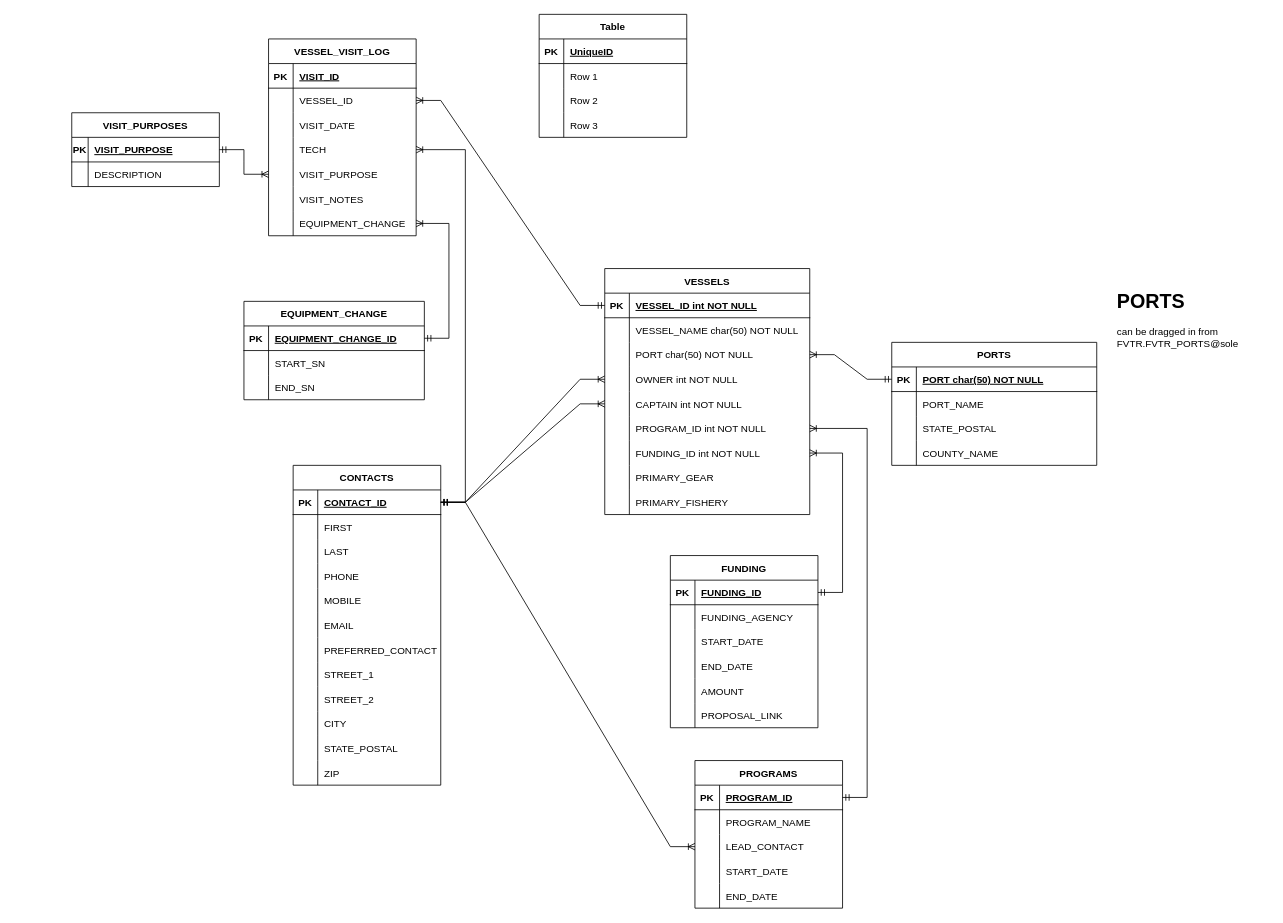
This is eMOLT.drawio from GMaynard1/emolt_project_management, a draw.io file, before an edit. Source tidied: cells renumbered, new cells numbered last; positions are measured from the earlier drawing's top-left corner, leaving out a move shared by most shapes. Both pictures are drawn from the tidied source at 82%, with x=0, y=0 at pixel (71, 14).
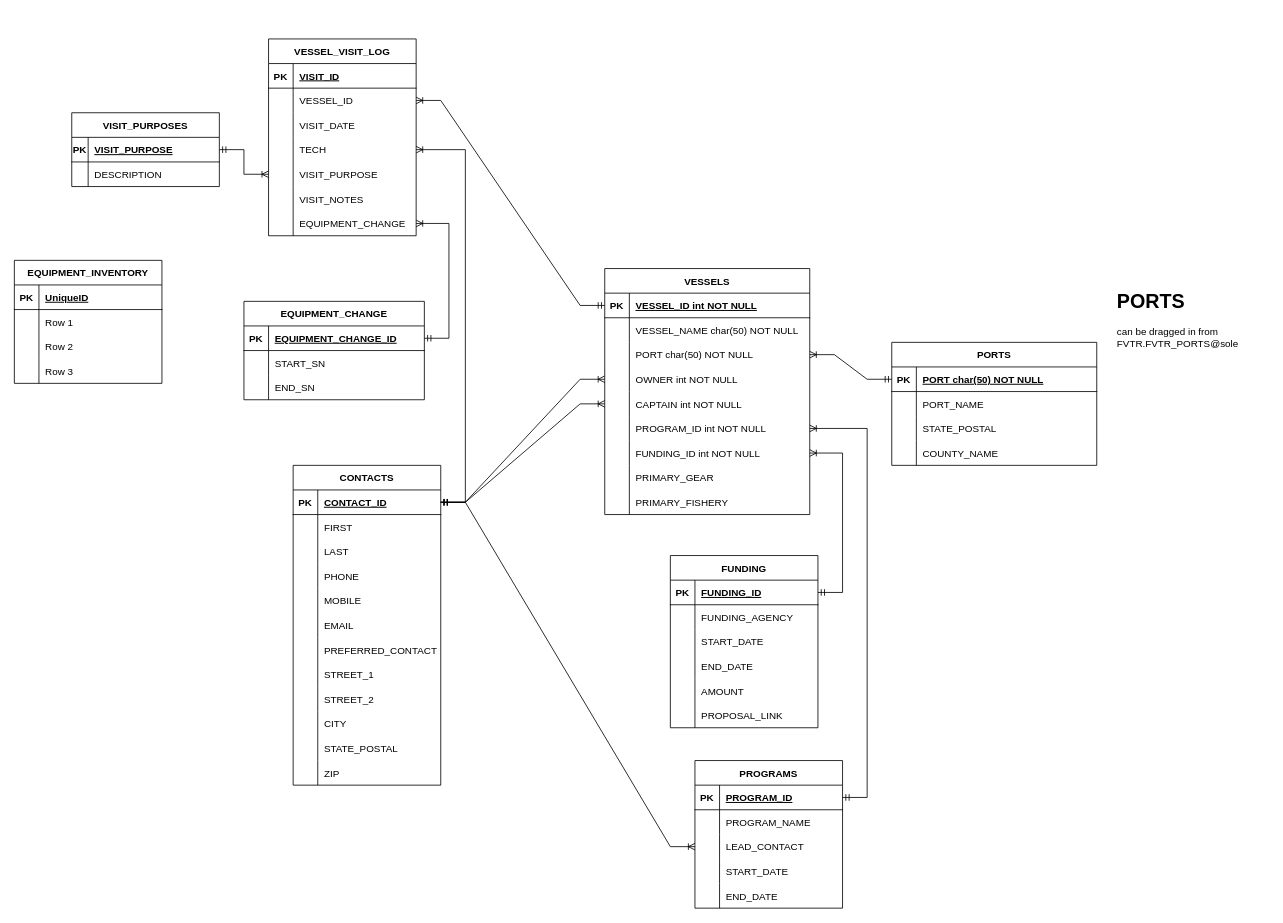
The same page after the edit.

Diff of the diagram source:
```diff
@@
-    <mxCell id="165" value="Table" style="shape=table;startSize=30;childLayout=tableLayout;rowLines=0;fontStyle=1;align=center;" parent="1" vertex="1">
-      <mxGeometry x="570" width="180" height="150" as="geometry" />
+    <mxCell id="165" value="EQUIPMENT_INVENTORY" style="shape=table;startSize=30;childLayout=tableLayout;rowLines=0;fontStyle=1;align=center;" parent="1" vertex="1">
+      <mxGeometry x="-70" y="300" width="180" height="150" as="geometry" />
     </mxCell>
```
